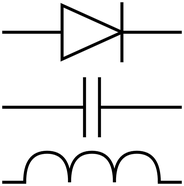
Earlier version of the draw.io export assetes/Atlas.png (AsherYankovski/HistoryOfRadio). Source tidied: cells renumbered, new cells last; positions are measured from the earlier drawing's top-left corner, leaving out a move shared by most shapes.
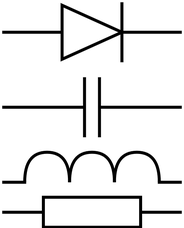
Later version of the same file.

What changed in the source:
```diff
@@ -96,5 +96,21 @@
         <mxPoint x="120" y="20" as="targetPoint" />
       </mxGeometry>
     </mxCell>
+    <mxCell id="18" style="group;" parent="1" vertex="1">
+      <mxGeometry y="130" width="120" height="20" as="geometry" />
+    </mxCell>
+    <mxCell id="19" style="endArrow=none;html=1;rounded=0;strokeWidth=2;entryX=0;entryY=0.5;entryDx=0;entryDy=0;" parent="18" edge="1" target="20">
+      <mxGeometry relative="1" as="geometry">
+        <mxPoint y="10" as="sourcePoint" />
+      </mxGeometry>
+    </mxCell>
+    <mxCell id="20" style="rounded=0;whiteSpace=wrap;html=1;strokeWidth=2;fillColor=none;" parent="18" vertex="1">
+      <mxGeometry x="27.5" width="65" height="20" as="geometry" />
+    </mxCell>
+    <mxCell id="21" style="endArrow=none;html=1;rounded=0;strokeWidth=2;exitX=1;exitY=0.5;exitDx=0;exitDy=0;" parent="18" edge="1" source="20">
+      <mxGeometry relative="1" as="geometry">
+        <mxPoint x="120" y="10" as="targetPoint" />
+      </mxGeometry>
+    </mxCell>
   </root>
 </mxGraphModel>
```
